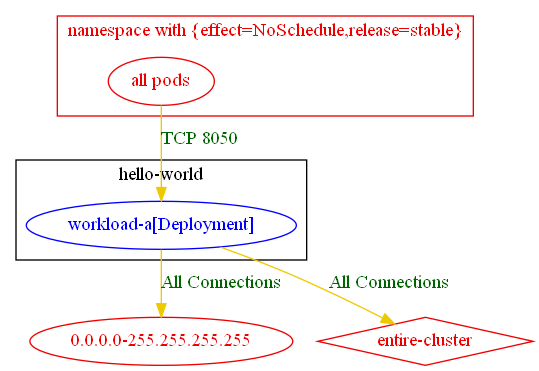
Above: test_outputs/connlist/exposure_test_exposure_to_namespace_with_multiple_labels_connlist_output.dot.png in np-guard/netpol-analyzer (Graphviz), before the change. Its source is kept beside it as test_outputs/connlist/exposure_test_exposure_to_namespace_with_multiple_labels_connlist_output.dot.
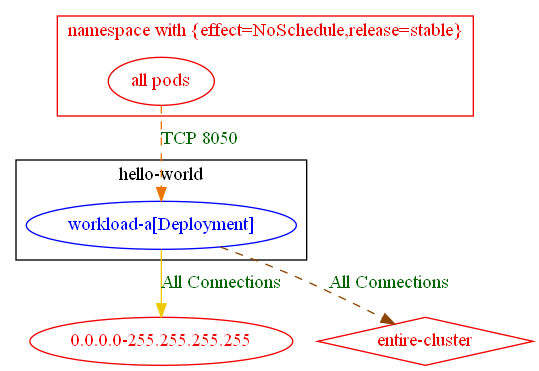
After the commit.

What changed in the source:
```diff
@@ -13,7 +13,7 @@
 	}
 	"0.0.0.0-255.255.255.255" [label="0.0.0.0-255.255.255.255" color="red2" fontcolor="red2"]
 	"entire-cluster" [label="entire-cluster" color="red2" fontcolor="red2" shape=diamond]
-	"all pods_in_namespace with {effect=NoSchedule,release=stable}" -> "hello-world/workload-a[Deployment]" [label="TCP 8050" color="gold2" fontcolor="darkgreen" weight=1]
+	"all pods_in_namespace with {effect=NoSchedule,release=stable}" -> "hello-world/workload-a[Deployment]" [label="TCP 8050" color="darkorange2" fontcolor="darkgreen" weight=1 style=dashed]
 	"hello-world/workload-a[Deployment]" -> "0.0.0.0-255.255.255.255" [label="All Connections" color="gold2" fontcolor="darkgreen"]
-	"hello-world/workload-a[Deployment]" -> "entire-cluster" [label="All Connections" color="gold2" fontcolor="darkgreen" weight=0.5]
+	"hello-world/workload-a[Deployment]" -> "entire-cluster" [label="All Connections" color="darkorange4" fontcolor="darkgreen" weight=0.5 style=dashed]
 }
```
